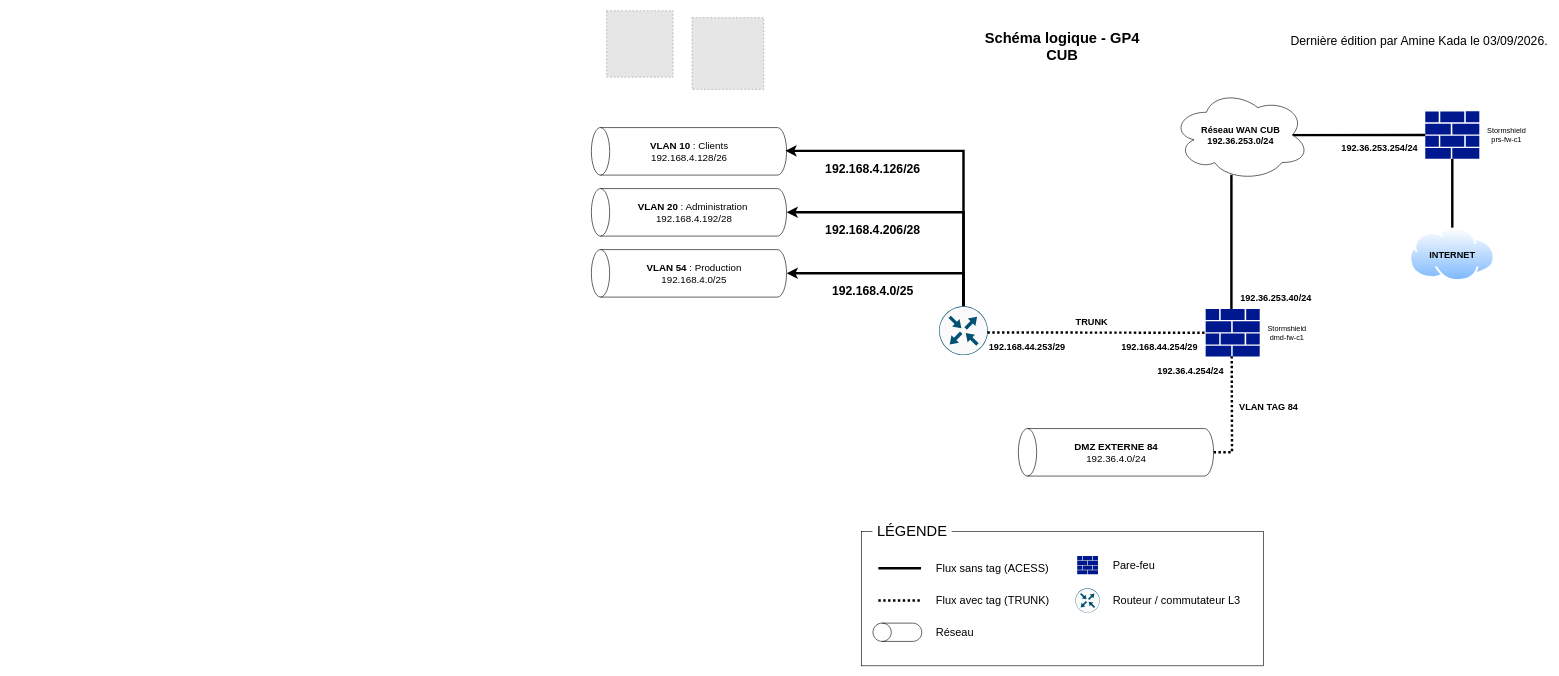
Above: docs/ressources/schemas/cub-schema-logique-gp4.drawio in IT-Amine/cub (draw.io), before the change. Source tidied: cells renumbered, new cells numbered last; positions are measured from the earlier drawing's top-left corner, leaving out a move shared by most shapes. Both pictures are drawn from the tidied source at 61%, with x=0, y=0 at pixel (606, 10). Pictures stored in the file or linked from it are replaced by grey dashed boxes.
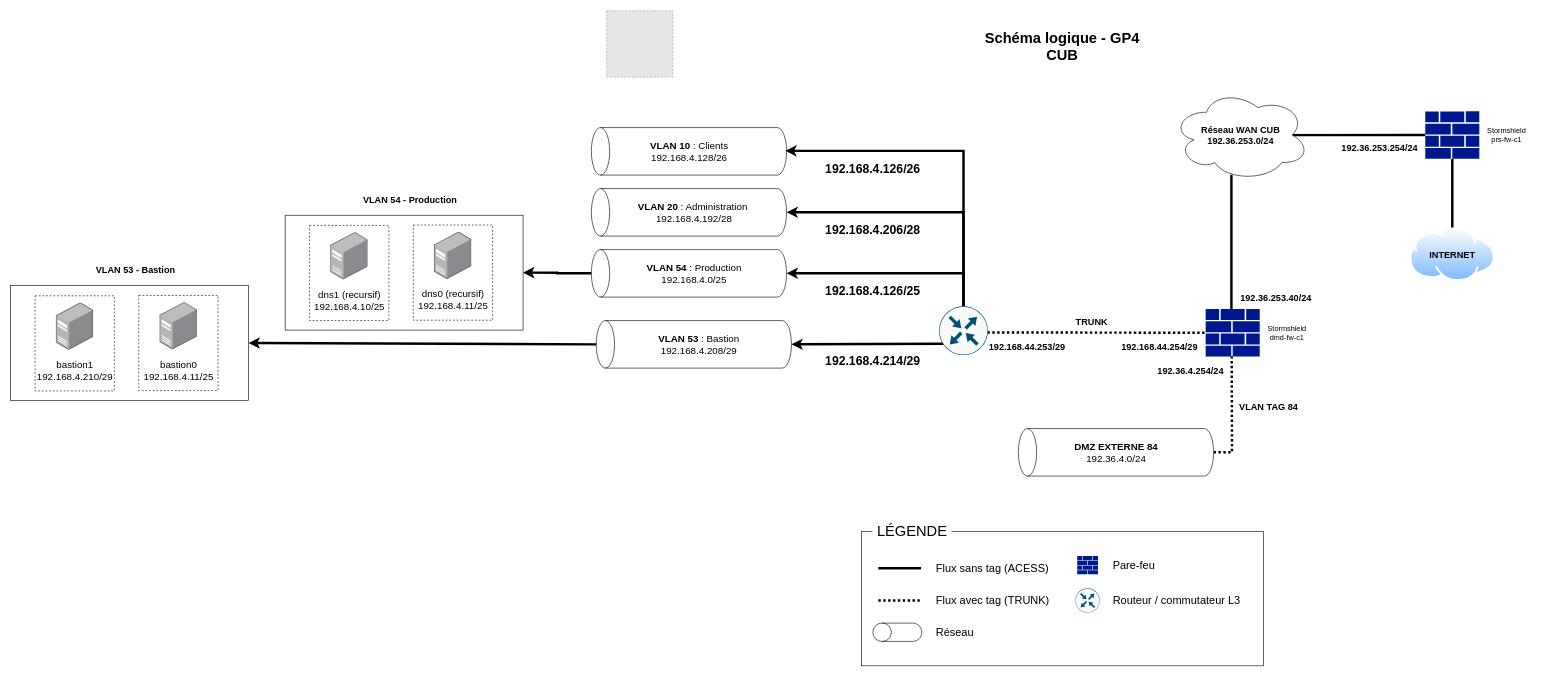
The same diagram, later.

The change refers to these unchanged cells:
```xml
<mxCell id="13" style="shape=cylinder3;whiteSpace=wrap;html=1;boundedLbl=1;backgroundOutline=1;size=15;rotation=-90;" parent="1" vertex="1">
  <mxGeometry x="96" y="270.6" width="77.9" height="320" as="geometry" />
</mxCell>
```

The edit, as a diff of the source:
```diff
@@
+    <mxCell id="53" style="rounded=0;whiteSpace=wrap;html=1;" parent="1" vertex="1">
+      <mxGeometry x="-527" y="335.3" width="390" height="188.3" as="geometry" />
+    </mxCell>
@@
-    <mxCell id="3" style="fillColor=#E6E6E6;strokeColor=#999999;dashed=1;verticalLabelPosition=bottom;labelBackgroundColor=default;verticalAlign=top;" parent="1" vertex="1">
-      <mxGeometry x="140" y="11.5" width="117.5" height="117.5" as="geometry" />
-    </mxCell>
@@
-    <mxCell id="5" value="&lt;div&gt;&lt;font style=&quot;font-size: 20px;&quot;&gt;Dernière édition par Amine Kada le 03/09/2026.&lt;/font&gt;&lt;/div&gt;" style="text;html=1;align=right;verticalAlign=middle;strokeColor=none;fillColor=none;fontSize=24;" parent="1" vertex="1">
-      <mxGeometry x="1094.1" y="28" width="450" height="40" as="geometry" />
-    </mxCell>
@@
-    <mxCell id="12" value="&lt;font size=&quot;1&quot;&gt;&lt;b style=&quot;font-size: 20px;&quot;&gt;192.168.4.0/25&lt;/b&gt;&lt;/font&gt;" style="text;html=1;align=center;verticalAlign=middle;strokeColor=none;fillColor=none;" parent="1" vertex="1">
-      <mxGeometry x="356" y="439" width="160" height="40" as="geometry" />
+    <mxCell id="12" value="&lt;font size=&quot;1&quot;&gt;&lt;b style=&quot;font-size: 20px;&quot;&gt;192.168.4.126/25&lt;/b&gt;&lt;/font&gt;" style="text;html=1;align=center;verticalAlign=middle;strokeColor=none;fillColor=none;" parent="1" vertex="1">
+      <mxGeometry x="346" y="439" width="180" height="40" as="geometry" />
     </mxCell>
@@
-    <mxCell id="30" style="sketch=0;points=[[0.5,0,0],[1,0.5,0],[0.5,1,0],[0,0.5,0],[0.145,0.145,0],[0.8555,0.145,0],[0.855,0.8555,0],[0.145,0.855,0]];verticalLabelPosition=bottom;html=1;verticalAlign=top;align=center;shape=mxgraph.cisco19.rect;prIcon=router;fillColor=#FAFAFA;strokeColor=#005073;" parent="1" vertex="1">
-      <mxGeometry x="545" y="484.6" width="80" height="80" as="geometry" />
-    </mxCell>
@@
+    <mxCell id="54" style="rounded=0;whiteSpace=wrap;html=1;dashed=1;" parent="1" vertex="1">
+      <mxGeometry x="-317" y="351.4" width="130" height="156" as="geometry" />
+    </mxCell>
+    <mxCell id="55" style="image;html=1;align=center;shadow=0;dashed=0;image=img/lib/allied_telesis/computer_and_terminals/Server_Desktop.svg;" parent="1" vertex="1">
+      <mxGeometry x="-282.7" y="362.6" width="61.5" height="77.9" as="geometry" />
+    </mxCell>
+    <mxCell id="56" style="edgeStyle=orthogonalEdgeStyle;rounded=0;jettySize=auto;html=1;entryX=1;entryY=0.5;entryDx=0;entryDy=0;strokeWidth=4;" parent="1" edge="1" source="13" target="53">
+      <mxGeometry relative="1" as="geometry" />
+    </mxCell>
+    <mxCell id="57" value="&lt;font style=&quot;font-size: 16px;&quot;&gt;dns0 (recursif)&lt;br&gt;192.168.4.11/25&lt;/font&gt;" style="text;html=1;whiteSpace=wrap;strokeColor=none;fillColor=none;align=center;verticalAlign=middle;rounded=0;" parent="1" vertex="1">
+      <mxGeometry x="-301.3" y="459.4" width="98.6" height="30" as="geometry" />
+    </mxCell>
+    <mxCell id="58" value="&lt;font style=&quot;font-size: 15px;&quot;&gt;VLAN 54 - Production&lt;/font&gt;" style="text;html=1;whiteSpace=wrap;strokeColor=none;fillColor=none;align=center;verticalAlign=middle;rounded=0;fontStyle=1;" parent="1" vertex="1">
+      <mxGeometry x="-412" y="295" width="180" height="30" as="geometry" />
+    </mxCell>
+    <mxCell id="59" style="shape=cylinder3;whiteSpace=wrap;html=1;boundedLbl=1;backgroundOutline=1;size=15;rotation=-90;" parent="1" vertex="1">
+      <mxGeometry x="104" y="387" width="77.9" height="320" as="geometry" />
+    </mxCell>
+    <mxCell id="60" value="&lt;font style=&quot;font-size: 16px;&quot;&gt;&lt;b&gt;VLAN 53&lt;/b&gt;&amp;nbsp;: Bastion&lt;br&gt;192.168.4.208/29&lt;/font&gt;" style="text;html=1;align=center;verticalAlign=middle;strokeColor=none;fillColor=none;" parent="1" vertex="1">
+      <mxGeometry x="70.9" y="522" width="160" height="50" as="geometry" />
+    </mxCell>
+    <mxCell id="61" style="rounded=0;whiteSpace=wrap;html=1;dashed=1;" parent="1" vertex="1">
+      <mxGeometry x="-487" y="352" width="130" height="156" as="geometry" />
+    </mxCell>
+    <mxCell id="62" style="image;html=1;align=center;shadow=0;dashed=0;image=img/lib/allied_telesis/computer_and_terminals/Server_Desktop.svg;" parent="1" vertex="1">
+      <mxGeometry x="-452.7" y="363.3" width="61.5" height="77.9" as="geometry" />
+    </mxCell>
+    <mxCell id="63" value="&lt;font style=&quot;font-size: 16px;&quot;&gt;dns1 (recursif)&lt;br&gt;192.168.4.10/25&lt;/font&gt;" style="text;html=1;whiteSpace=wrap;strokeColor=none;fillColor=none;align=center;verticalAlign=middle;rounded=0;" parent="1" vertex="1">
+      <mxGeometry x="-471.3" y="460" width="98.6" height="30" as="geometry" />
+    </mxCell>
+    <mxCell id="64" style="rounded=0;whiteSpace=wrap;html=1;" parent="1" vertex="1">
+      <mxGeometry x="-977" y="450.6" width="390" height="188.3" as="geometry" />
+    </mxCell>
+    <mxCell id="65" style="rounded=0;whiteSpace=wrap;html=1;dashed=1;" parent="1" vertex="1">
+      <mxGeometry x="-767" y="466.8" width="130" height="156" as="geometry" />
+    </mxCell>
+    <mxCell id="66" style="image;html=1;align=center;shadow=0;dashed=0;image=img/lib/allied_telesis/computer_and_terminals/Server_Desktop.svg;" parent="1" vertex="1">
+      <mxGeometry x="-732.7" y="478" width="61.5" height="77.9" as="geometry" />
+    </mxCell>
+    <mxCell id="67" value="&lt;font style=&quot;font-size: 16px;&quot;&gt;bastion0&lt;br&gt;192.168.4.11/25&lt;/font&gt;" style="text;html=1;whiteSpace=wrap;strokeColor=none;fillColor=none;align=center;verticalAlign=middle;rounded=0;" parent="1" vertex="1">
+      <mxGeometry x="-751.3" y="574.7" width="98.6" height="30" as="geometry" />
+    </mxCell>
+    <mxCell id="68" value="&lt;font style=&quot;font-size: 15px;&quot;&gt;VLAN 53 - Bastion&lt;/font&gt;" style="text;html=1;whiteSpace=wrap;strokeColor=none;fillColor=none;align=center;verticalAlign=middle;rounded=0;fontStyle=1;" parent="1" vertex="1">
+      <mxGeometry x="-862" y="410.4" width="180" height="30" as="geometry" />
+    </mxCell>
+    <mxCell id="69" style="rounded=0;whiteSpace=wrap;html=1;dashed=1;" parent="1" vertex="1">
+      <mxGeometry x="-937" y="467.4" width="130" height="156" as="geometry" />
+    </mxCell>
+    <mxCell id="70" style="image;html=1;align=center;shadow=0;dashed=0;image=img/lib/allied_telesis/computer_and_terminals/Server_Desktop.svg;" parent="1" vertex="1">
+      <mxGeometry x="-902.7" y="478.6" width="61.5" height="77.9" as="geometry" />
+    </mxCell>
+    <mxCell id="71" value="&lt;font style=&quot;font-size: 16px;&quot;&gt;bastion1&lt;br&gt;192.168.4.210/29&lt;/font&gt;" style="text;html=1;whiteSpace=wrap;strokeColor=none;fillColor=none;align=center;verticalAlign=middle;rounded=0;" parent="1" vertex="1">
+      <mxGeometry x="-921.3" y="575.3" width="98.6" height="30" as="geometry" />
+    </mxCell>
+    <mxCell id="72" style="endArrow=classic;html=1;rounded=0;entryX=1;entryY=0.5;entryDx=0;entryDy=0;exitX=0.5;exitY=0;exitDx=0;exitDy=0;exitPerimeter=0;strokeWidth=4;" parent="1" edge="1" source="59" target="64">
+      <mxGeometry relative="1" as="geometry" />
+    </mxCell>
+    <mxCell id="73" style="endArrow=classic;html=1;rounded=0;entryX=0.5;entryY=1;entryDx=0;entryDy=0;entryPerimeter=0;exitX=0.126;exitY=0.767;exitDx=0;exitDy=0;exitPerimeter=0;strokeWidth=4;" parent="1" edge="1" source="30" target="59">
+      <mxGeometry relative="1" as="geometry" />
+    </mxCell>
+    <mxCell id="30" style="sketch=0;points=[[0.5,0,0],[1,0.5,0],[0.5,1,0],[0,0.5,0],[0.145,0.145,0],[0.8555,0.145,0],[0.855,0.8555,0],[0.145,0.855,0]];verticalLabelPosition=bottom;html=1;verticalAlign=top;align=center;shape=mxgraph.cisco19.rect;prIcon=router;fillColor=#FAFAFA;strokeColor=#005073;" parent="1" vertex="1">
+      <mxGeometry x="545" y="484.6" width="80" height="80" as="geometry" />
+    </mxCell>
+    <mxCell id="74" value="&lt;font size=&quot;1&quot;&gt;&lt;b style=&quot;font-size: 20px;&quot;&gt;192.168.4.214/29&lt;/b&gt;&lt;/font&gt;" style="text;html=1;align=center;verticalAlign=middle;strokeColor=none;fillColor=none;" parent="1" vertex="1">
+      <mxGeometry x="346" y="554" width="180" height="40" as="geometry" />
+    </mxCell>
```
